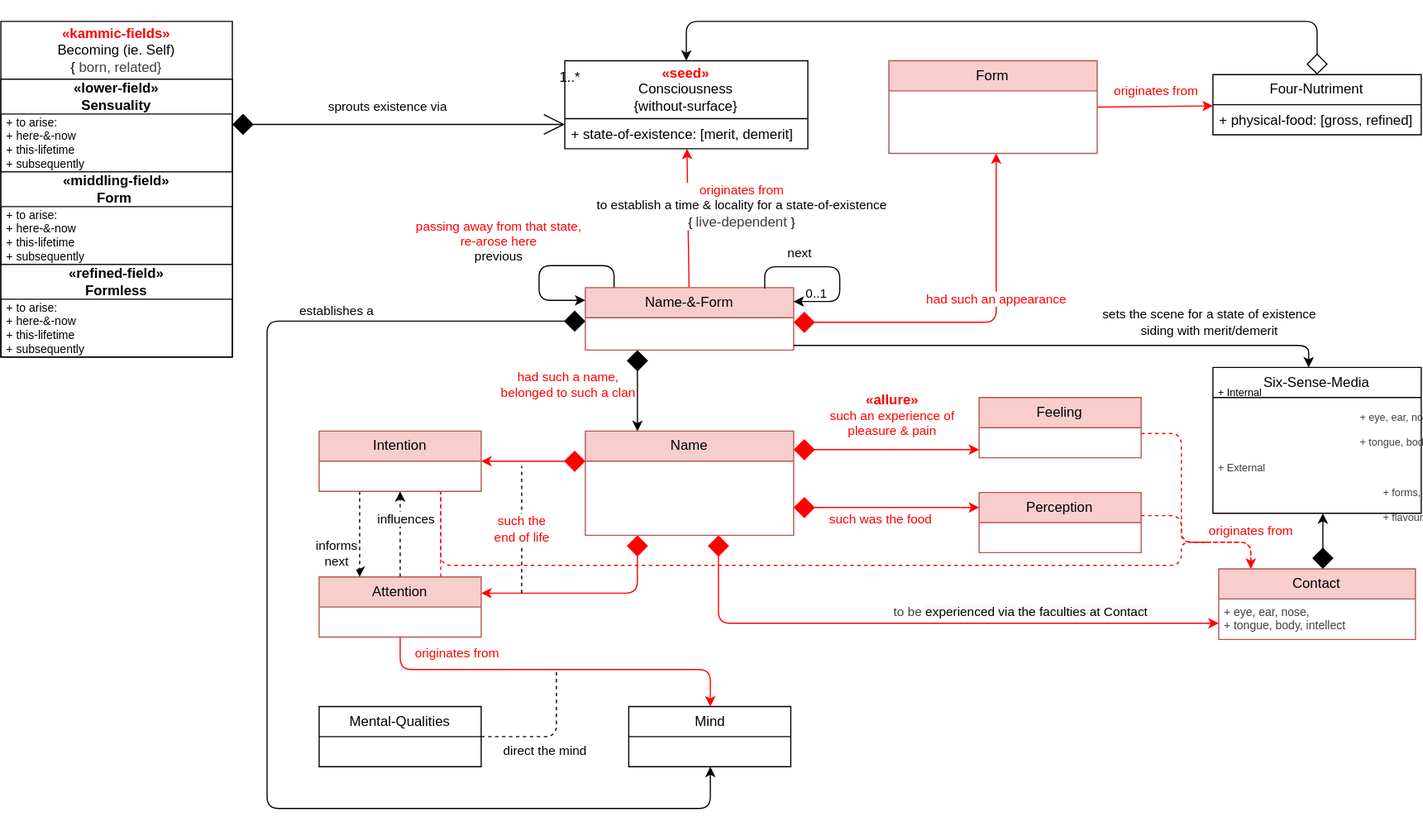
Above: twos/comprehend_name-&-form_classes.drawio.svg in suttaplayer/dn34-PROGRESSING-BY-TENS (draw.io), before the change. Source tidied: cells renumbered, new cells last; positions are measured from the earlier drawing's top-left corner, leaving out a move shared by most shapes.
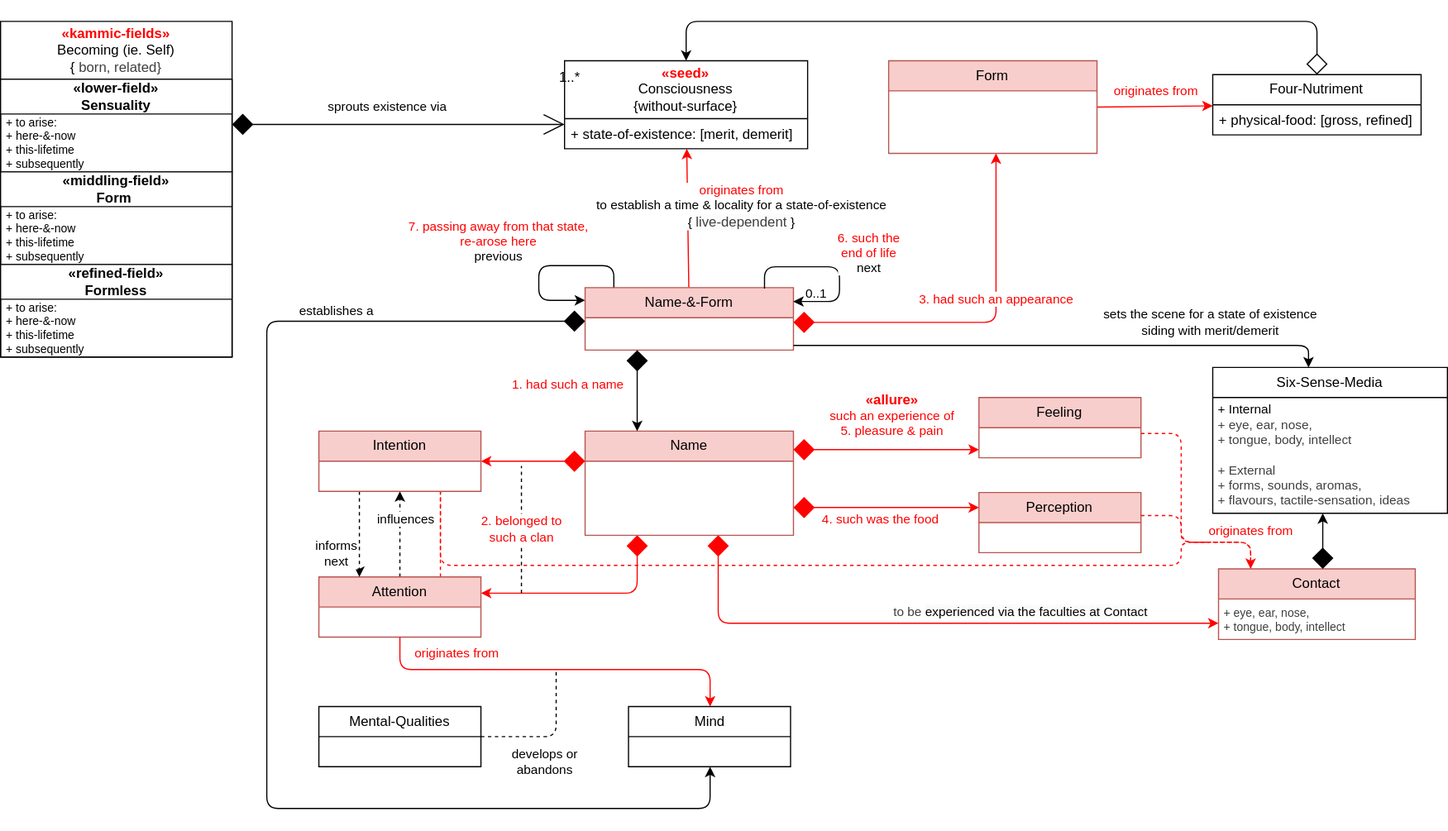
Later version of the same file.

Change to the diagram source:
```diff
@@ -58,7 +58,7 @@
     <mxCell id="16" value="Name-&amp;amp;-Form" style="swimlane;fontStyle=0;horizontal=1;startSize=26;fillColor=#f8cecc;whiteSpace=wrap;html=1;strokeColor=#b85450;" parent="1" vertex="1">
       <mxGeometry x="505" y="230" width="180" height="54" as="geometry" />
     </mxCell>
-    <mxCell id="17" value="&lt;font style=&quot;color: rgb(255, 0, 0);&quot;&gt;&lt;font style=&quot;color: rgb(255, 0, 0);&quot;&gt;passing away from that state,&amp;nbsp;&lt;/font&gt;&lt;/font&gt;&lt;div&gt;&lt;font style=&quot;color: rgb(255, 0, 0);&quot;&gt;&lt;font style=&quot;color: rgb(255, 0, 0);&quot;&gt;re-arose here&lt;/font&gt;&lt;/font&gt;&lt;div&gt;&lt;div&gt;&lt;font style=&quot;color: rgb(0, 0, 0);&quot;&gt;previous&lt;/font&gt;&lt;/div&gt;&lt;/div&gt;&lt;/div&gt;" style="edgeStyle=orthogonalEdgeStyle;html=1;exitX=0.854;exitY=-0.02;exitDx=0;exitDy=0;exitPerimeter=0;" parent="1" edge="1">
+    <mxCell id="17" value="&lt;font style=&quot;color: rgb(255, 0, 0);&quot;&gt;&lt;font style=&quot;color: rgb(255, 0, 0);&quot;&gt;7. passing away from that state,&amp;nbsp;&lt;/font&gt;&lt;/font&gt;&lt;div&gt;&lt;font style=&quot;color: rgb(255, 0, 0);&quot;&gt;&lt;font style=&quot;color: rgb(255, 0, 0);&quot;&gt;re-arose here&lt;/font&gt;&lt;/font&gt;&lt;div&gt;&lt;div&gt;&lt;font style=&quot;color: rgb(0, 0, 0);&quot;&gt;previous&lt;/font&gt;&lt;/div&gt;&lt;/div&gt;&lt;/div&gt;" style="edgeStyle=orthogonalEdgeStyle;html=1;exitX=0.854;exitY=-0.02;exitDx=0;exitDy=0;exitPerimeter=0;" parent="1" edge="1">
       <mxGeometry x="0.09" y="-41" relative="1" as="geometry">
         <mxPoint x="529.8" y="229.8" as="sourcePoint" />
         <mxPoint x="505" y="241" as="targetPoint" />
@@ -98,10 +98,10 @@
       <mxGeometry x="542.5" y="592" width="140" height="52" as="geometry" />
     </mxCell>
     <mxCell id="24" value="Six-Sense-Media" style="swimlane;fontStyle=0;horizontal=1;startSize=26;fillColor=none;whiteSpace=wrap;html=1;" parent="1" vertex="1">
-      <mxGeometry x="1047.2" y="299" width="180" height="126" as="geometry" />
+      <mxGeometry x="1047.2" y="299" width="202.8" height="126" as="geometry" />
     </mxCell>
-    <mxCell id="25" value="&lt;span style=&quot;font-weight: normal;&quot;&gt;&lt;font&gt;+ Internal&lt;/font&gt;&lt;/span&gt;&lt;div&gt;&lt;span style=&quot;color: rgb(63, 63, 63); font-weight: 400;&quot;&gt;&lt;font&gt;&lt;span style=&quot;white-space: pre;&quot;&gt;&#9;&lt;/span&gt;+ eye, ear, nose,&amp;nbsp;&lt;/font&gt;&lt;/span&gt;&lt;/div&gt;&lt;div&gt;&lt;span style=&quot;color: rgb(63, 63, 63); font-weight: 400;&quot;&gt;&lt;font&gt;&lt;span style=&quot;white-space: pre;&quot;&gt;&#9;&lt;/span&gt;+ tongue, body, intellect&lt;/font&gt;&lt;/span&gt;&lt;/div&gt;&lt;div&gt;&lt;span style=&quot;color: rgb(63, 63, 63); font-weight: 400;&quot;&gt;&lt;font&gt;&lt;br&gt;&lt;/font&gt;&lt;/span&gt;&lt;/div&gt;&lt;div&gt;&lt;span style=&quot;color: rgb(63, 63, 63); font-weight: 400;&quot;&gt;&lt;font&gt;+ External&lt;/font&gt;&lt;/span&gt;&lt;/div&gt;&lt;div&gt;&lt;span style=&quot;color: rgb(63, 63, 63); font-weight: 400;&quot;&gt;&lt;font&gt;&lt;div style=&quot;font-weight: 700;&quot;&gt;&lt;span style=&quot;font-weight: 400; color: rgb(63, 63, 63);&quot;&gt;&lt;span style=&quot;white-space-collapse: preserve;&quot;&gt;&#9;&lt;/span&gt;+ forms, sounds, aromas,&amp;nbsp;&lt;/span&gt;&lt;/div&gt;&lt;div style=&quot;font-weight: 700;&quot;&gt;&lt;span style=&quot;font-weight: 400; color: rgb(63, 63, 63);&quot;&gt;&lt;span style=&quot;white-space-collapse: preserve;&quot;&gt;&#9;&lt;/span&gt;+&amp;nbsp;flavours, tactile-sensation,&amp;nbsp;&lt;/span&gt;&lt;span style=&quot;font-weight: 400; background-color: transparent;&quot;&gt;ideas&lt;/span&gt;&lt;/div&gt;&lt;/font&gt;&lt;/span&gt;&lt;/div&gt;" style="text;align=left;fontStyle=1;verticalAlign=middle;spacingLeft=3;spacingRight=3;strokeColor=none;html=1;fontSize=9;" parent="24" vertex="1">
-      <mxGeometry y="26" width="180" height="100" as="geometry" />
+    <mxCell id="25" value="&lt;span style=&quot;font-weight: normal;&quot;&gt;&lt;font style=&quot;font-size: 11px;&quot;&gt;+ Internal&lt;/font&gt;&lt;/span&gt;&lt;div&gt;&lt;span style=&quot;color: rgb(63, 63, 63); font-weight: 400;&quot;&gt;&lt;font style=&quot;font-size: 11px;&quot;&gt;&amp;nbsp; + eye, ear, nose,&amp;nbsp;&lt;/font&gt;&lt;/span&gt;&lt;/div&gt;&lt;div&gt;&lt;span style=&quot;color: rgb(63, 63, 63); font-weight: 400;&quot;&gt;&lt;font style=&quot;font-size: 11px;&quot;&gt;&amp;nbsp; + tongue, body, intellect&lt;/font&gt;&lt;/span&gt;&lt;/div&gt;&lt;div&gt;&lt;span style=&quot;color: rgb(63, 63, 63); font-weight: 400;&quot;&gt;&lt;font style=&quot;font-size: 11px;&quot;&gt;&lt;br&gt;&lt;/font&gt;&lt;/span&gt;&lt;/div&gt;&lt;div&gt;&lt;span style=&quot;color: rgb(63, 63, 63); font-weight: 400;&quot;&gt;&lt;font style=&quot;font-size: 11px;&quot;&gt;+ External&lt;/font&gt;&lt;/span&gt;&lt;/div&gt;&lt;div&gt;&lt;span style=&quot;color: rgb(63, 63, 63); font-weight: 400;&quot;&gt;&lt;font style=&quot;font-size: 11px;&quot;&gt;&lt;div style=&quot;font-weight: 700;&quot;&gt;&lt;span style=&quot;font-weight: 400; color: rgb(63, 63, 63);&quot;&gt;&amp;nbsp; + forms, sounds, aromas,&amp;nbsp;&lt;/span&gt;&lt;/div&gt;&lt;div style=&quot;font-weight: 700;&quot;&gt;&lt;span style=&quot;font-weight: 400; color: rgb(63, 63, 63);&quot;&gt;&amp;nbsp; +&amp;nbsp;flavours, tactile-sensation,&amp;nbsp;&lt;/span&gt;&lt;span style=&quot;font-weight: 400; background-color: transparent;&quot;&gt;ideas&lt;/span&gt;&lt;/div&gt;&lt;/font&gt;&lt;/span&gt;&lt;/div&gt;" style="text;align=left;fontStyle=1;verticalAlign=middle;spacingLeft=3;spacingRight=3;strokeColor=none;html=1;fontSize=9;" parent="24" vertex="1">
+      <mxGeometry y="26" width="202.8" height="100" as="geometry" />
     </mxCell>
     <mxCell id="26" value="sets the scene for a state of existence&amp;nbsp;&lt;div&gt;siding with&amp;nbsp;&lt;span style=&quot;background-color: light-dark(#ffffff, var(--ge-dark-color, #121212));&quot;&gt;merit/demerit&lt;/span&gt;&lt;/div&gt;" style="edgeStyle=orthogonalEdgeStyle;html=1;" parent="1" edge="1" source="16" target="24">
       <mxGeometry x="0.55" y="20" relative="1" as="geometry">
@@ -128,7 +128,7 @@
     <mxCell id="29" value="Name" style="swimlane;fontStyle=0;horizontal=1;startSize=26;fillColor=#f8cecc;whiteSpace=wrap;html=1;strokeColor=#b85450;" parent="1" vertex="1">
       <mxGeometry x="505" y="354" width="180" height="90" as="geometry" />
     </mxCell>
-    <mxCell id="30" value="&lt;font style=&quot;color: rgb(255, 0, 0);&quot;&gt;had such a name,&amp;nbsp;&lt;/font&gt;&lt;div&gt;&lt;font style=&quot;color: rgb(255, 0, 0);&quot;&gt;belonged to such a clan&lt;/font&gt;&lt;/div&gt;" style="edgeStyle=orthogonalEdgeStyle;html=1;startArrow=diamond;startFill=1;startSize=16;" parent="1" edge="1" source="16" target="29">
+    <mxCell id="30" value="&lt;font style=&quot;color: rgb(255, 0, 0);&quot;&gt;1. had such a name&lt;/font&gt;" style="edgeStyle=orthogonalEdgeStyle;html=1;startArrow=diamond;startFill=1;startSize=16;" parent="1" edge="1" source="16" target="29">
       <mxGeometry x="-0.14" y="-60" relative="1" as="geometry">
         <Array as="points">
           <mxPoint x="550" y="314" />
@@ -169,7 +169,7 @@
     <mxCell id="37" value="Form" style="swimlane;fontStyle=0;horizontal=1;startSize=26;fillColor=#f8cecc;whiteSpace=wrap;html=1;strokeColor=#b85450;" parent="1" vertex="1">
       <mxGeometry x="767.2" y="34" width="180" height="80" as="geometry" />
     </mxCell>
-    <mxCell id="38" value="&lt;font style=&quot;color: rgb(255, 0, 0);&quot;&gt;had such an appearance&lt;/font&gt;" style="edgeStyle=orthogonalEdgeStyle;html=1;startArrow=diamond;startFill=1;startSize=16;strokeColor=#FF0000;" parent="1" edge="1" source="16" target="37">
+    <mxCell id="38" value="&lt;font style=&quot;color: rgb(255, 0, 0);&quot;&gt;3. had such an appearance&lt;/font&gt;" style="edgeStyle=orthogonalEdgeStyle;html=1;startArrow=diamond;startFill=1;startSize=16;strokeColor=#FF0000;" parent="1" edge="1" source="16" target="37">
       <mxGeometry x="0.22" relative="1" as="geometry">
         <Array as="points">
           <mxPoint x="860" y="260" />
@@ -192,7 +192,7 @@
     <mxCell id="41" value="Perception" style="swimlane;fontStyle=0;horizontal=1;startSize=26;fillColor=#f8cecc;whiteSpace=wrap;html=1;strokeColor=#b85450;" parent="1" vertex="1">
       <mxGeometry x="845.2" y="407" width="140" height="52" as="geometry" />
     </mxCell>
-    <mxCell id="42" value="&lt;div&gt;&lt;span style=&quot;color: rgb(255, 0, 0); font-size: 12px; font-weight: 700; background-color: rgb(251, 251, 251);&quot;&gt;«allure»&lt;/span&gt;&lt;/div&gt;&lt;font style=&quot;color: rgb(255, 0, 0);&quot;&gt;such an experience of&amp;nbsp;&lt;/font&gt;&lt;div&gt;&lt;font style=&quot;color: rgb(255, 0, 0);&quot;&gt;pleasure &amp;amp; pain&lt;/font&gt;&lt;/div&gt;" style="edgeStyle=orthogonalEdgeStyle;html=1;startArrow=diamond;startFill=1;startSize=16;strokeColor=#FF0000;" parent="1" edge="1" source="29" target="40">
+    <mxCell id="42" value="&lt;div&gt;&lt;span style=&quot;color: rgb(255, 0, 0); font-size: 12px; font-weight: 700; background-color: rgb(251, 251, 251);&quot;&gt;«allure»&lt;/span&gt;&lt;/div&gt;&lt;font style=&quot;color: rgb(255, 0, 0);&quot;&gt;such an experience of&amp;nbsp;&lt;/font&gt;&lt;div&gt;&lt;font style=&quot;color: rgb(255, 0, 0);&quot;&gt;5. pleasure &amp;amp; pain&lt;/font&gt;&lt;/div&gt;" style="edgeStyle=orthogonalEdgeStyle;html=1;startArrow=diamond;startFill=1;startSize=16;strokeColor=#FF0000;" parent="1" edge="1" source="29" target="40">
       <mxGeometry x="0.06" y="30" relative="1" as="geometry">
         <Array as="points">
           <mxPoint x="770" y="370" />
@@ -200,7 +200,7 @@
         </Array>
       </mxGeometry>
     </mxCell>
-    <mxCell id="43" value="&lt;font style=&quot;color: rgb(255, 0, 0);&quot;&gt;such was the food&lt;/font&gt;" style="edgeStyle=orthogonalEdgeStyle;html=1;startArrow=diamond;startFill=1;startSize=16;strokeColor=#FF0000;" parent="1" edge="1" source="29" target="41">
+    <mxCell id="43" value="&lt;font style=&quot;color: rgb(255, 0, 0);&quot;&gt;4. such was the food&lt;/font&gt;" style="edgeStyle=orthogonalEdgeStyle;html=1;startArrow=diamond;startFill=1;startSize=16;strokeColor=#FF0000;" parent="1" edge="1" source="29" target="41">
       <mxGeometry x="-0.06" y="-10" relative="1" as="geometry">
         <Array as="points">
           <mxPoint x="810" y="420" />
@@ -208,14 +208,14 @@
         </Array>
       </mxGeometry>
     </mxCell>
-    <mxCell id="44" value="&lt;font style=&quot;color: rgb(255, 0, 0);&quot;&gt;such the&lt;/font&gt;&lt;div&gt;&lt;font style=&quot;color: rgb(255, 0, 0);&quot;&gt;end of life&lt;/font&gt;&lt;/div&gt;" style="endArrow=none;dashed=1;html=1;" parent="1" edge="1">
+    <mxCell id="44" value="&lt;span style=&quot;color: rgb(255, 0, 0);&quot;&gt;2. belonged to&amp;nbsp;&lt;/span&gt;&lt;div&gt;&lt;span style=&quot;color: rgb(255, 0, 0);&quot;&gt;such a clan&lt;/span&gt;&lt;/div&gt;" style="endArrow=none;dashed=1;html=1;" parent="1" edge="1">
       <mxGeometry relative="1" as="geometry">
         <mxPoint x="450" y="494" as="sourcePoint" />
         <mxPoint x="450" y="384" as="targetPoint" />
       </mxGeometry>
     </mxCell>
-    <mxCell id="45" value="next" style="edgeStyle=orthogonalEdgeStyle;html=1;exitX=0.854;exitY=-0.02;exitDx=0;exitDy=0;exitPerimeter=0;" parent="1" edge="1">
-      <mxGeometry x="-0.36" y="12" relative="1" as="geometry">
+    <mxCell id="45" value="&lt;div&gt;&lt;font style=&quot;color: rgb(255, 0, 0);&quot;&gt;6. such the&lt;/font&gt;&lt;div&gt;&lt;font style=&quot;color: rgb(255, 0, 0);&quot;&gt;end of life&lt;/font&gt;&lt;/div&gt;&lt;/div&gt;next" style="edgeStyle=orthogonalEdgeStyle;html=1;exitX=0.854;exitY=-0.02;exitDx=0;exitDy=0;exitPerimeter=0;" parent="1" edge="1">
+      <mxGeometry x="0.09" y="28" relative="1" as="geometry">
         <mxPoint x="660" y="230.8" as="sourcePoint" />
         <mxPoint x="684.8" y="242" as="targetPoint" />
         <Array as="points">
@@ -223,6 +223,7 @@
           <mxPoint x="724.8" y="212" />
           <mxPoint x="724.8" y="242" />
         </Array>
+        <mxPoint x="-3" y="-12" as="offset" />
       </mxGeometry>
     </mxCell>
     <mxCell id="46" style="edgeStyle=orthogonalEdgeStyle;html=1;startArrow=diamond;startFill=0;startSize=16;" parent="1" edge="1" source="47" target="13">
@@ -254,8 +255,8 @@
     <mxCell id="51" value="Mental-Qualities" style="swimlane;fontStyle=0;horizontal=1;startSize=26;fillColor=none;whiteSpace=wrap;html=1;" parent="1" vertex="1">
       <mxGeometry x="275" y="592" width="140" height="52" as="geometry" />
     </mxCell>
-    <mxCell id="52" value="&lt;div&gt;&lt;span style=&quot;background-color: light-dark(#ffffff, var(--ge-dark-color, #121212));&quot;&gt;direct the mind&lt;/span&gt;&lt;/div&gt;" style="edgeStyle=orthogonalEdgeStyle;html=1;dashed=1;strokeColor=#000000;endArrow=none;endFill=0;" parent="1" edge="1" source="51">
-      <mxGeometry x="-0.11" y="-12" relative="1" as="geometry">
+    <mxCell id="52" value="&lt;div&gt;&lt;span style=&quot;background-color: light-dark(#ffffff, var(--ge-dark-color, #121212));&quot;&gt;develops or&lt;/span&gt;&lt;/div&gt;&lt;div&gt;&lt;span style=&quot;background-color: light-dark(#ffffff, var(--ge-dark-color, #121212));&quot;&gt;abandons&lt;/span&gt;&lt;/div&gt;" style="edgeStyle=orthogonalEdgeStyle;html=1;dashed=1;strokeColor=#000000;endArrow=none;endFill=0;" parent="1" edge="1" source="51">
+      <mxGeometry x="-0.11" y="-22" relative="1" as="geometry">
         <mxPoint x="480" y="560" as="targetPoint" />
         <Array as="points">
           <mxPoint x="480" y="618" />
```
